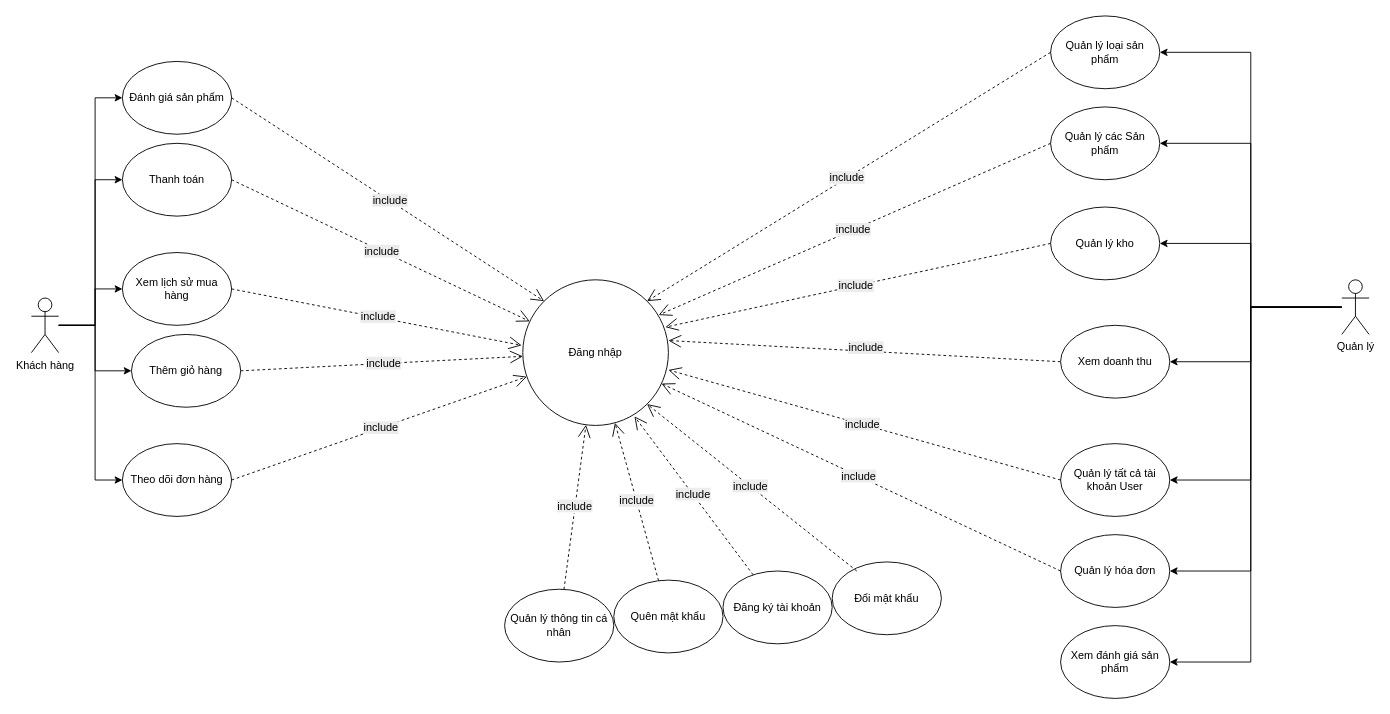
Before: use case.drawio in ln678090/Duan1, a draw.io diagram. Source tidied: cells renumbered, new cells numbered last; positions are measured from the earlier drawing's top-left corner, leaving out a move shared by most shapes. Both pictures are drawn from the tidied source at 91%, with x=0, y=0 at pixel (31, 15).
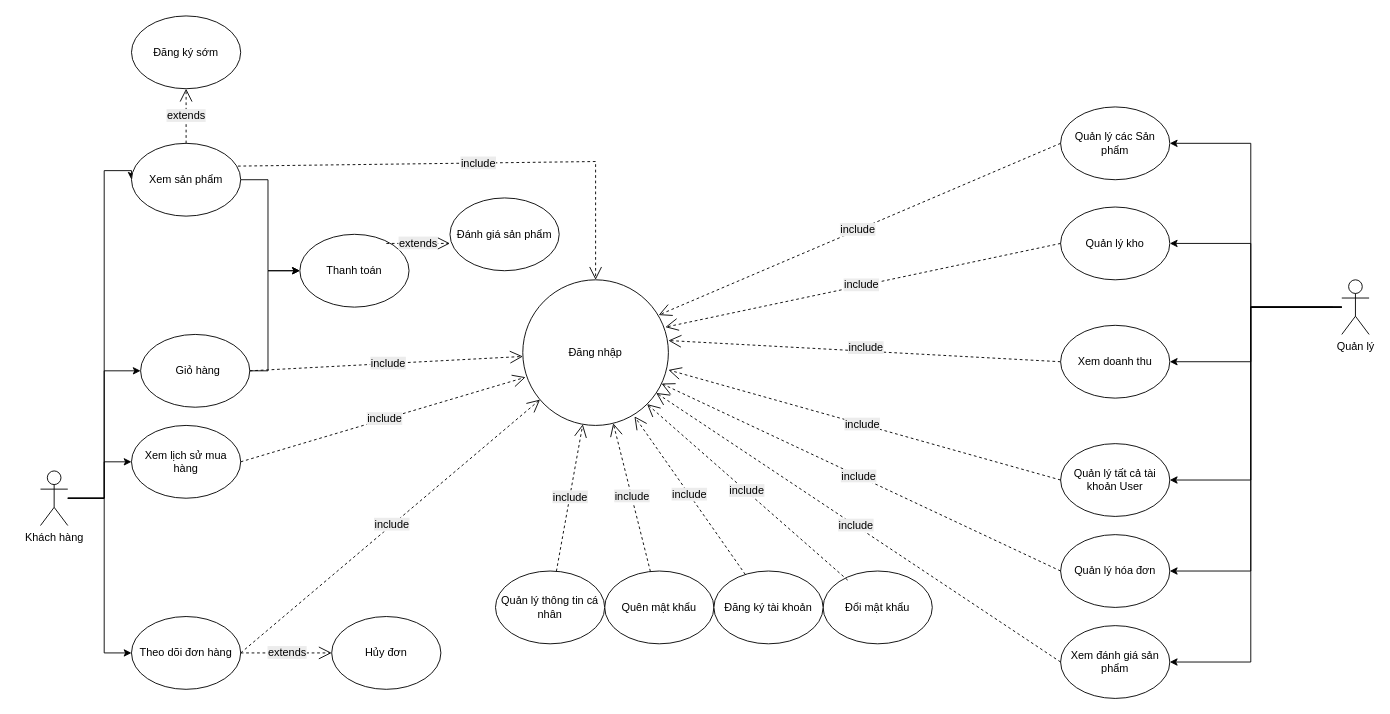
The same diagram, later.

Unchanged cells that the change refers to:
```xml
<mxCell id="12" value="Quản lý" style="shape=umlActor;verticalLabelPosition=bottom;verticalAlign=top;html=1;outlineConnect=0;" parent="1" vertex="1">
  <mxGeometry x="1440" y="290" width="30" height="60" as="geometry" />
</mxCell>
<mxCell id="13" value="Đăng nhập" style="ellipse;whiteSpace=wrap;html=1;" parent="1" vertex="1">
  <mxGeometry x="540" y="290" width="160" height="160" as="geometry" />
</mxCell>
<mxCell id="47" value="Xem đánh giá sản phẩm" style="ellipse;whiteSpace=wrap;html=1;" parent="1" vertex="1">
  <mxGeometry x="1131" y="670" width="120" height="80" as="geometry" />
</mxCell>
```

Diff of the diagram source:
```diff
@@
-    <mxCell id="2" style="edgeStyle=orthogonalEdgeStyle;rounded=0;jettySize=auto;html=1;entryX=0;entryY=0.5;entryDx=0;entryDy=0;" parent="1" edge="1" source="7" target="14">
-      <mxGeometry relative="1" as="geometry">
-        <Array as="points">
-          <mxPoint x="70" y="340" />
-          <mxPoint x="70" y="180" />
-        </Array>
-      </mxGeometry>
-    </mxCell>
     <mxCell id="3" style="edgeStyle=orthogonalEdgeStyle;rounded=0;jettySize=auto;html=1;" parent="1" edge="1" source="7" target="39">
       <mxGeometry relative="1" as="geometry">
         <Array as="points">
-          <mxPoint x="70" y="340" />
-          <mxPoint x="70" y="300" />
+          <mxPoint x="80" y="530" />
+          <mxPoint x="80" y="490" />
         </Array>
       </mxGeometry>
     </mxCell>
-    <mxCell id="4" style="edgeStyle=orthogonalEdgeStyle;rounded=0;jettySize=auto;html=1;entryX=0;entryY=0.5;entryDx=0;entryDy=0;" parent="1" edge="1" source="7" target="41">
-      <mxGeometry relative="1" as="geometry">
-        <Array as="points">
-          <mxPoint x="70" y="340" />
-          <mxPoint x="70" y="90" />
-        </Array>
-      </mxGeometry>
-    </mxCell>
     <mxCell id="5" style="edgeStyle=orthogonalEdgeStyle;rounded=0;jettySize=auto;html=1;entryX=0;entryY=0.5;entryDx=0;entryDy=0;" parent="1" edge="1" source="7" target="43">
       <mxGeometry relative="1" as="geometry">
         <Array as="points">
-          <mxPoint x="70" y="340" />
-          <mxPoint x="70" y="510" />
+          <mxPoint x="80" y="530" />
+          <mxPoint x="80" y="700" />
         </Array>
       </mxGeometry>
     </mxCell>
+    <mxCell id="48" style="edgeStyle=orthogonalEdgeStyle;rounded=0;jettySize=auto;html=1;entryX=0;entryY=0.5;entryDx=0;entryDy=0;" parent="1" edge="1" source="7" target="51">
+      <mxGeometry relative="1" as="geometry">
+        <Array as="points">
+          <mxPoint x="80" y="530" />
+          <mxPoint x="80" y="170" />
+        </Array>
+      </mxGeometry>
+    </mxCell>
     <mxCell id="6" style="edgeStyle=orthogonalEdgeStyle;rounded=0;jettySize=auto;html=1;entryX=0;entryY=0.5;entryDx=0;entryDy=0;" parent="1" edge="1" source="7" target="17">
       <mxGeometry relative="1" as="geometry">
         <Array as="points">
-          <mxPoint x="70" y="340" />
-          <mxPoint x="70" y="390" />
+          <mxPoint x="80" y="530" />
+          <mxPoint x="80" y="390" />
         </Array>
       </mxGeometry>
     </mxCell>
     <mxCell id="7" value="Khách hàng&lt;div&gt;&lt;br&gt;&lt;/div&gt;" style="shape=umlActor;verticalLabelPosition=bottom;verticalAlign=top;html=1;outlineConnect=0;" parent="1" vertex="1">
-      <mxGeometry y="310" width="30" height="60" as="geometry" />
+      <mxGeometry x="10" y="500" width="30" height="60" as="geometry" />
     </mxCell>
@@
     <mxCell id="9" style="edgeStyle=orthogonalEdgeStyle;rounded=0;jettySize=auto;html=1;entryX=1;entryY=0.5;entryDx=0;entryDy=0;" parent="1" edge="1" source="12" target="32">
-      <mxGeometry relative="1" as="geometry" />
+      <mxGeometry relative="1" as="geometry">
+        <Array as="points">
+          <mxPoint x="1340" y="320" />
+          <mxPoint x="1340" y="140" />
+        </Array>
+      </mxGeometry>
     </mxCell>
-    <mxCell id="10" style="edgeStyle=orthogonalEdgeStyle;rounded=0;jettySize=auto;html=1;entryX=1;entryY=0.5;entryDx=0;entryDy=0;" parent="1" edge="1" source="12" target="33">
-      <mxGeometry relative="1" as="geometry" />
-    </mxCell>
@@
     <mxCell id="14" value="Thanh toán" style="ellipse;whiteSpace=wrap;html=1;" parent="1" vertex="1">
-      <mxGeometry x="100" y="140" width="120" height="80" as="geometry" />
+      <mxGeometry x="295" y="240" width="120" height="80" as="geometry" />
     </mxCell>
@@
+    <mxCell id="49" style="edgeStyle=orthogonalEdgeStyle;rounded=0;jettySize=auto;html=1;entryX=0;entryY=0.5;entryDx=0;entryDy=0;" parent="1" edge="1" source="17" target="14">
+      <mxGeometry relative="1" as="geometry">
+        <Array as="points">
+          <mxPoint x="260" y="390" />
+          <mxPoint x="260" y="280" />
+        </Array>
+      </mxGeometry>
+    </mxCell>
-    <mxCell id="17" value="Thêm giỏ hàng" style="ellipse;whiteSpace=wrap;html=1;" parent="1" vertex="1">
-      <mxGeometry x="110" y="350" width="120" height="80" as="geometry" />
+    <mxCell id="17" value="&amp;nbsp; Giỏ hàng" style="ellipse;whiteSpace=wrap;html=1;" parent="1" vertex="1">
+      <mxGeometry x="120" y="350" width="120" height="80" as="geometry" />
     </mxCell>
-    <mxCell id="18" value="&lt;span style=&quot;font-size: 12px; text-wrap-mode: wrap; background-color: rgb(236, 236, 236);&quot;&gt;include&lt;/span&gt;" style="endArrow=open;endSize=12;dashed=1;html=1;rounded=0;exitX=1;exitY=0.5;exitDx=0;exitDy=0;" parent="1" edge="1" source="14" target="13">
-      <mxGeometry x="0.01" relative="1" as="geometry" />
-    </mxCell>
@@
     <mxCell id="21" value="Quên mật khẩu" style="ellipse;whiteSpace=wrap;html=1;" parent="1" vertex="1">
-      <mxGeometry x="640" y="620" width="120" height="80" as="geometry" />
+      <mxGeometry x="630" y="610" width="120" height="80" as="geometry" />
     </mxCell>
     <mxCell id="22" value="Đổi mật khẩu" style="ellipse;whiteSpace=wrap;html=1;" parent="1" vertex="1">
-      <mxGeometry x="880" y="600" width="120" height="80" as="geometry" />
+      <mxGeometry x="870" y="610" width="120" height="80" as="geometry" />
     </mxCell>
     <mxCell id="23" value="Đăng ký tài khoản" style="ellipse;whiteSpace=wrap;html=1;" parent="1" vertex="1">
-      <mxGeometry x="760" y="610" width="120" height="80" as="geometry" />
+      <mxGeometry x="750" y="610" width="120" height="80" as="geometry" />
     </mxCell>
@@
     <mxCell id="29" value="Quản lý thông tin cá nhân" style="ellipse;whiteSpace=wrap;html=1;" parent="1" vertex="1">
-      <mxGeometry x="520" y="630" width="120" height="80" as="geometry" />
+      <mxGeometry x="510" y="610" width="120" height="80" as="geometry" />
     </mxCell>
@@
     <mxCell id="32" value="Quản lý các Sản phẩm" style="ellipse;whiteSpace=wrap;html=1;" parent="1" vertex="1">
-      <mxGeometry x="1120" y="100" width="120" height="80" as="geometry" />
+      <mxGeometry x="1131" y="100" width="120" height="80" as="geometry" />
     </mxCell>
-    <mxCell id="33" value="Quản lý loại sản phẩm" style="ellipse;whiteSpace=wrap;html=1;" parent="1" vertex="1">
-      <mxGeometry x="1120" width="120" height="80" as="geometry" />
-    </mxCell>
@@
-    <mxCell id="35" value="&lt;span style=&quot;font-size: 12px; text-wrap-mode: wrap; background-color: rgb(236, 236, 236);&quot;&gt;include&lt;/span&gt;" style="endArrow=open;endSize=12;dashed=1;html=1;rounded=0;exitX=0;exitY=0.5;exitDx=0;exitDy=0;entryX=1;entryY=0;entryDx=0;entryDy=0;" parent="1" edge="1" source="33" target="13">
-      <mxGeometry x="0.01" relative="1" as="geometry" />
-    </mxCell>
     <mxCell id="36" value="Quản lý kho" style="ellipse;whiteSpace=wrap;html=1;" parent="1" vertex="1">
-      <mxGeometry x="1120" y="210" width="120" height="80" as="geometry" />
+      <mxGeometry x="1131" y="210" width="120" height="80" as="geometry" />
     </mxCell>
@@
     <mxCell id="38" style="edgeStyle=orthogonalEdgeStyle;rounded=0;jettySize=auto;html=1;entryX=1;entryY=0.5;entryDx=0;entryDy=0;" parent="1" edge="1" source="12" target="36">
-      <mxGeometry relative="1" as="geometry" />
+      <mxGeometry relative="1" as="geometry">
+        <Array as="points">
+          <mxPoint x="1340" y="320" />
+          <mxPoint x="1340" y="250" />
+        </Array>
+      </mxGeometry>
     </mxCell>
     <mxCell id="39" value="Xem lịch sử mua hàng" style="ellipse;whiteSpace=wrap;html=1;" parent="1" vertex="1">
-      <mxGeometry x="100" y="260" width="120" height="80" as="geometry" />
+      <mxGeometry x="110" y="450" width="120" height="80" as="geometry" />
     </mxCell>
-    <mxCell id="40" value="&lt;span style=&quot;font-size: 12px; text-wrap-mode: wrap; background-color: rgb(236, 236, 236);&quot;&gt;include&lt;/span&gt;" style="endArrow=open;endSize=12;dashed=1;html=1;rounded=0;entryX=-0.008;entryY=0.45;entryDx=0;entryDy=0;entryPerimeter=0;exitX=1;exitY=0.5;exitDx=0;exitDy=0;exitPerimeter=0;" parent="1" edge="1" source="39" target="13">
+    <mxCell id="40" value="&lt;span style=&quot;font-size: 12px; text-wrap-mode: wrap; background-color: rgb(236, 236, 236);&quot;&gt;include&lt;/span&gt;" style="endArrow=open;endSize=12;dashed=1;html=1;rounded=0;entryX=0.019;entryY=0.669;entryDx=0;entryDy=0;entryPerimeter=0;exitX=1;exitY=0.5;exitDx=0;exitDy=0;exitPerimeter=0;" parent="1" edge="1" source="39" target="13">
       <mxGeometry x="0.01" relative="1" as="geometry" />
     </mxCell>
     <mxCell id="41" value="Đánh giá sản phẩm" style="ellipse;whiteSpace=wrap;html=1;" parent="1" vertex="1">
-      <mxGeometry x="100" y="50" width="120" height="80" as="geometry" />
+      <mxGeometry x="460" y="200" width="120" height="80" as="geometry" />
     </mxCell>
-    <mxCell id="42" value="&lt;span style=&quot;font-size: 12px; text-wrap-mode: wrap; background-color: rgb(236, 236, 236);&quot;&gt;include&lt;/span&gt;" style="endArrow=open;endSize=12;dashed=1;html=1;rounded=0;exitX=1;exitY=0.5;exitDx=0;exitDy=0;entryX=0;entryY=0;entryDx=0;entryDy=0;" parent="1" edge="1" source="41" target="13">
-      <mxGeometry x="0.01" relative="1" as="geometry" />
-    </mxCell>
     <mxCell id="43" value="Theo dõi đơn hàng" style="ellipse;whiteSpace=wrap;html=1;" parent="1" vertex="1">
-      <mxGeometry x="100" y="470" width="120" height="80" as="geometry" />
+      <mxGeometry x="110" y="660" width="120" height="80" as="geometry" />
     </mxCell>
@@
+    <mxCell id="50" style="edgeStyle=orthogonalEdgeStyle;rounded=0;jettySize=auto;html=1;entryX=0;entryY=0.5;entryDx=0;entryDy=0;" parent="1" edge="1" source="51" target="14">
+      <mxGeometry relative="1" as="geometry">
+        <Array as="points">
+          <mxPoint x="260" y="180" />
+          <mxPoint x="260" y="280" />
+        </Array>
+      </mxGeometry>
+    </mxCell>
+    <mxCell id="51" value="Xem sản phẩm" style="ellipse;whiteSpace=wrap;html=1;" parent="1" vertex="1">
+      <mxGeometry x="110" y="140" width="120" height="80" as="geometry" />
+    </mxCell>
+    <mxCell id="52" value="&lt;span style=&quot;font-size: 12px; text-wrap-mode: wrap; background-color: rgb(236, 236, 236);&quot;&gt;extends&lt;/span&gt;" style="endArrow=open;endSize=12;dashed=1;html=1;rounded=0;entryX=0;entryY=0.625;entryDx=0;entryDy=0;entryPerimeter=0;exitX=0.792;exitY=0.125;exitDx=0;exitDy=0;exitPerimeter=0;" parent="1" edge="1" source="14" target="41">
+      <mxGeometry x="0.01" relative="1" as="geometry" />
+    </mxCell>
+    <mxCell id="53" value="&lt;span style=&quot;font-size: 12px; text-wrap-mode: wrap; background-color: rgb(236, 236, 236);&quot;&gt;include&lt;/span&gt;" style="endArrow=open;endSize=12;dashed=1;html=1;rounded=0;exitX=0.975;exitY=0.313;exitDx=0;exitDy=0;exitPerimeter=0;" parent="1" edge="1" source="51" target="13">
+      <mxGeometry x="0.01" relative="1" as="geometry">
+        <Array as="points">
+          <mxPoint x="620" y="160" />
+        </Array>
+      </mxGeometry>
+    </mxCell>
+    <mxCell id="54" value="&lt;span style=&quot;font-size: 12px; text-wrap-mode: wrap; background-color: rgb(236, 236, 236);&quot;&gt;include&lt;/span&gt;" style="endArrow=open;endSize=12;dashed=1;html=1;rounded=0;exitX=0;exitY=0.5;exitDx=0;exitDy=0;" parent="1" edge="1" source="47" target="13">
+      <mxGeometry x="0.01" relative="1" as="geometry" />
+    </mxCell>
+    <mxCell id="55" value="Hủy đơn" style="ellipse;whiteSpace=wrap;html=1;" parent="1" vertex="1">
+      <mxGeometry x="330" y="660" width="120" height="80" as="geometry" />
+    </mxCell>
+    <mxCell id="56" value="&lt;span style=&quot;font-size: 12px; text-wrap-mode: wrap; background-color: rgb(236, 236, 236);&quot;&gt;extends&lt;/span&gt;" style="endArrow=open;endSize=12;dashed=1;html=1;rounded=0;entryX=0;entryY=0.5;entryDx=0;entryDy=0;" parent="1" edge="1" target="55">
+      <mxGeometry x="0.01" relative="1" as="geometry">
+        <mxPoint x="230" y="700" as="sourcePoint" />
+      </mxGeometry>
+    </mxCell>
+    <mxCell id="57" value="Đăng ký sớm" style="ellipse;whiteSpace=wrap;html=1;" parent="1" vertex="1">
+      <mxGeometry x="110" width="120" height="80" as="geometry" />
+    </mxCell>
+    <mxCell id="58" value="&lt;span style=&quot;font-size: 12px; text-wrap-mode: wrap; background-color: rgb(236, 236, 236);&quot;&gt;extends&lt;/span&gt;" style="endArrow=open;endSize=12;dashed=1;html=1;rounded=0;entryX=0.5;entryY=1;entryDx=0;entryDy=0;" parent="1" edge="1" source="51" target="57">
+      <mxGeometry x="0.01" relative="1" as="geometry" />
+    </mxCell>
```
